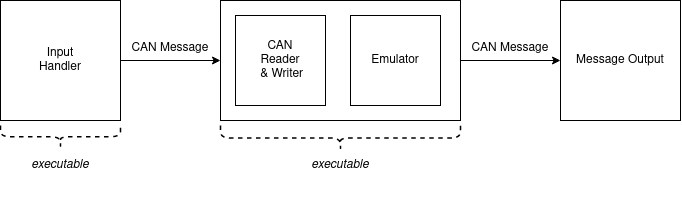
This is docs/Project Requirements.png from MatthewYung0/volvo-boot-camp-2022-smokey-lab, a draw.io export, as it was before one commit. Source tidied: cells renumbered, new cells last; positions are measured from the earlier drawing's top-left corner, leaving out a move shared by most shapes.
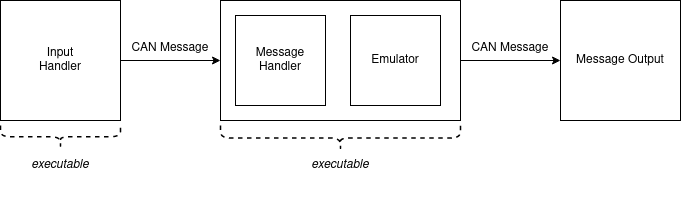
The same file after the commit.

Diff of the diagram source:
```diff
@@ -14,7 +14,7 @@
     <mxCell id="5" style="rounded=0;whiteSpace=wrap;html=1;" parent="1" vertex="1">
       <mxGeometry x="220" width="240" height="120" as="geometry" />
     </mxCell>
-    <mxCell id="6" value="&lt;div&gt;CAN &lt;br&gt;&lt;/div&gt;&lt;div&gt;Reader&lt;/div&gt;&amp;nbsp;&amp;amp; Writer" style="whiteSpace=wrap;html=1;" parent="1" vertex="1">
+    <mxCell id="6" value="&lt;div&gt;Message Handler&lt;/div&gt;" style="whiteSpace=wrap;html=1;" parent="1" vertex="1">
       <mxGeometry x="235" y="15" width="90" height="90" as="geometry" />
     </mxCell>
     <mxCell id="7" value="Emulator" style="whiteSpace=wrap;html=1;" parent="1" vertex="1">
```
